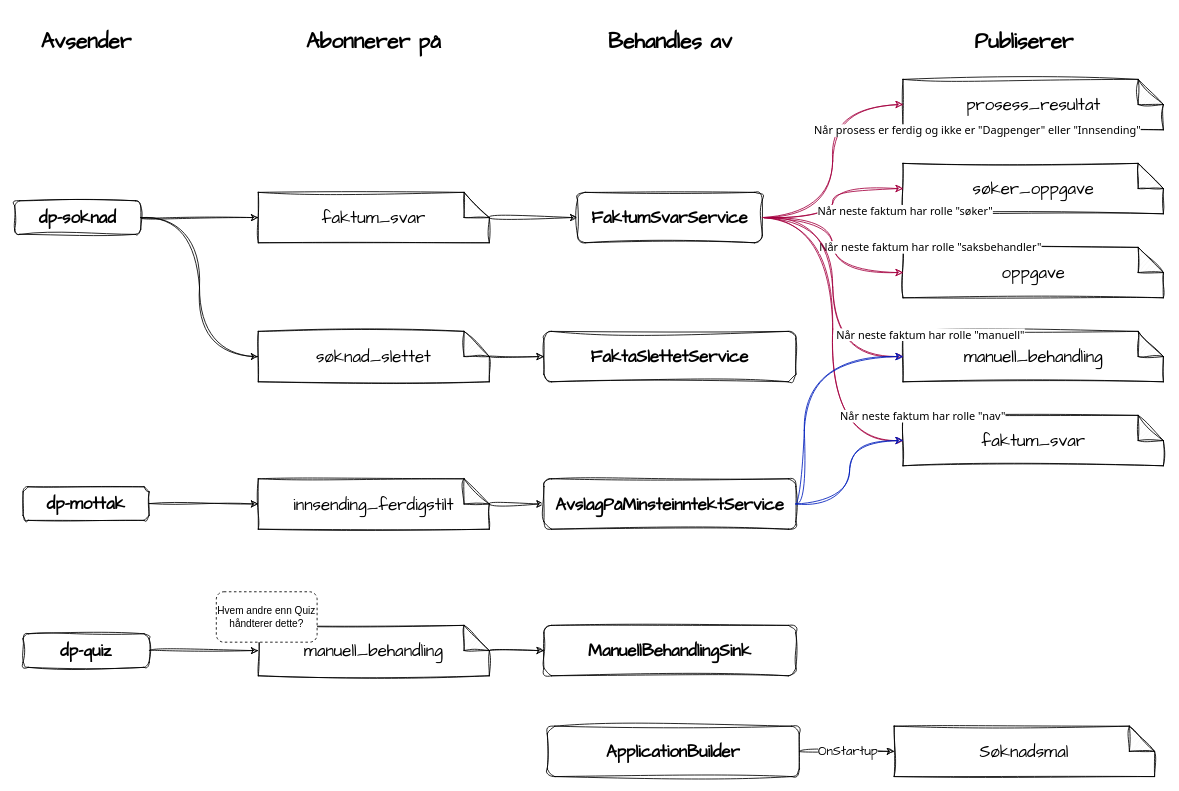
Earlier version of the draw.io diagram docs/innbyggerflate/losninger/soknad/dp-quiz-hendelser.drawio (navikt/dp-dokumentasjon). Source tidied: cells renumbered, new cells numbered last; positions are measured from the earlier drawing's top-left corner, leaving out a move shared by most shapes. Both pictures are drawn from the tidied source at 84%, with x=0, y=0 at pixel (14, 29).
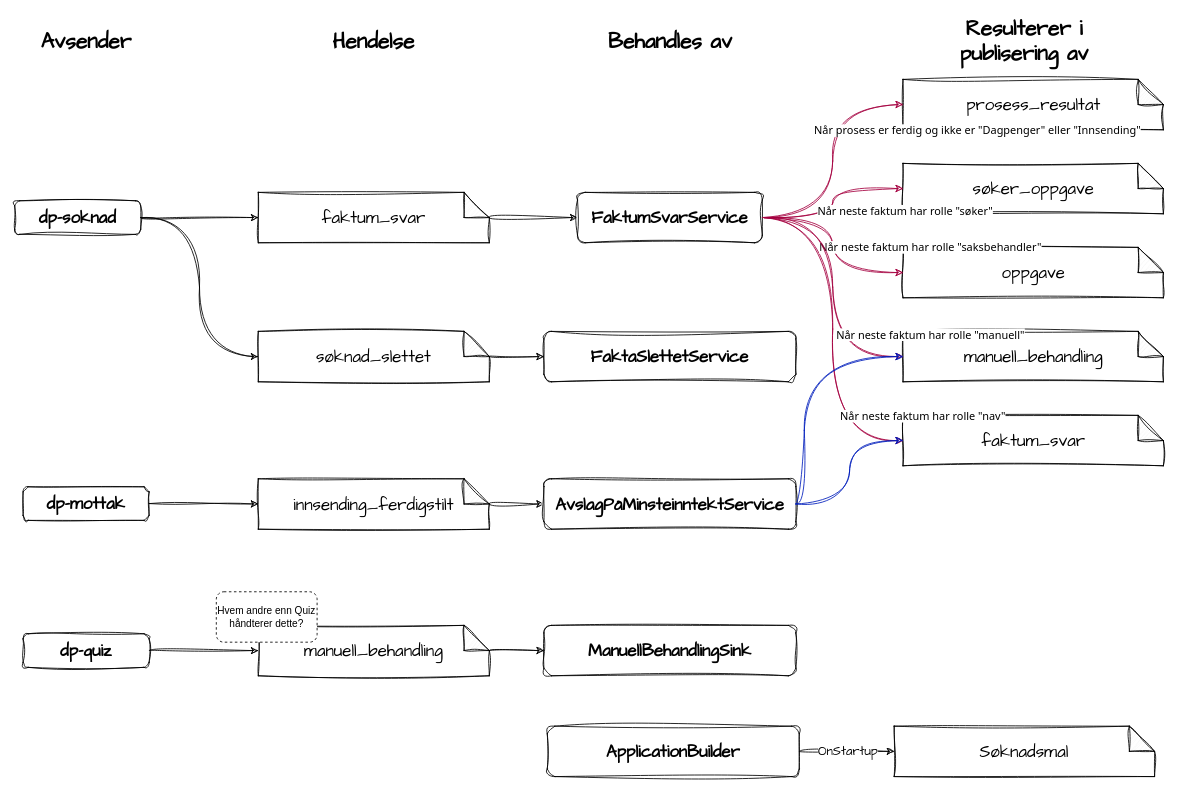
Above is the later version.

The edit, as a diff of the source:
```diff
@@
-    <mxCell id="9" value="Abonnerer på" style="rounded=1;whiteSpace=wrap;html=1;fontStyle=1;strokeColor=none;fontSize=25;sketch=1;curveFitting=1;jiggle=2;fontFamily=Architects Daughter;shadow=0;glass=0;" parent="1" vertex="1">
+    <mxCell id="9" value="Hendelse" style="rounded=1;whiteSpace=wrap;html=1;fontStyle=1;strokeColor=none;fontSize=25;sketch=1;curveFitting=1;jiggle=2;fontFamily=Architects Daughter;shadow=0;glass=0;" parent="1" vertex="1">
       <mxGeometry x="346.2" width="162.5" height="30" as="geometry" />
     </mxCell>
-    <mxCell id="10" value="Publiserer" style="rounded=1;whiteSpace=wrap;html=1;fontStyle=1;strokeColor=none;fontSize=25;sketch=1;curveFitting=1;jiggle=2;fontFamily=Architects Daughter;" parent="1" vertex="1">
+    <mxCell id="10" value="Resulterer i publisering av" style="rounded=1;whiteSpace=wrap;html=1;fontStyle=1;strokeColor=none;fontSize=25;sketch=1;curveFitting=1;jiggle=2;fontFamily=Architects Daughter;" parent="1" vertex="1">
       <mxGeometry x="1122" width="160" height="30" as="geometry" />
     </mxCell>
```
